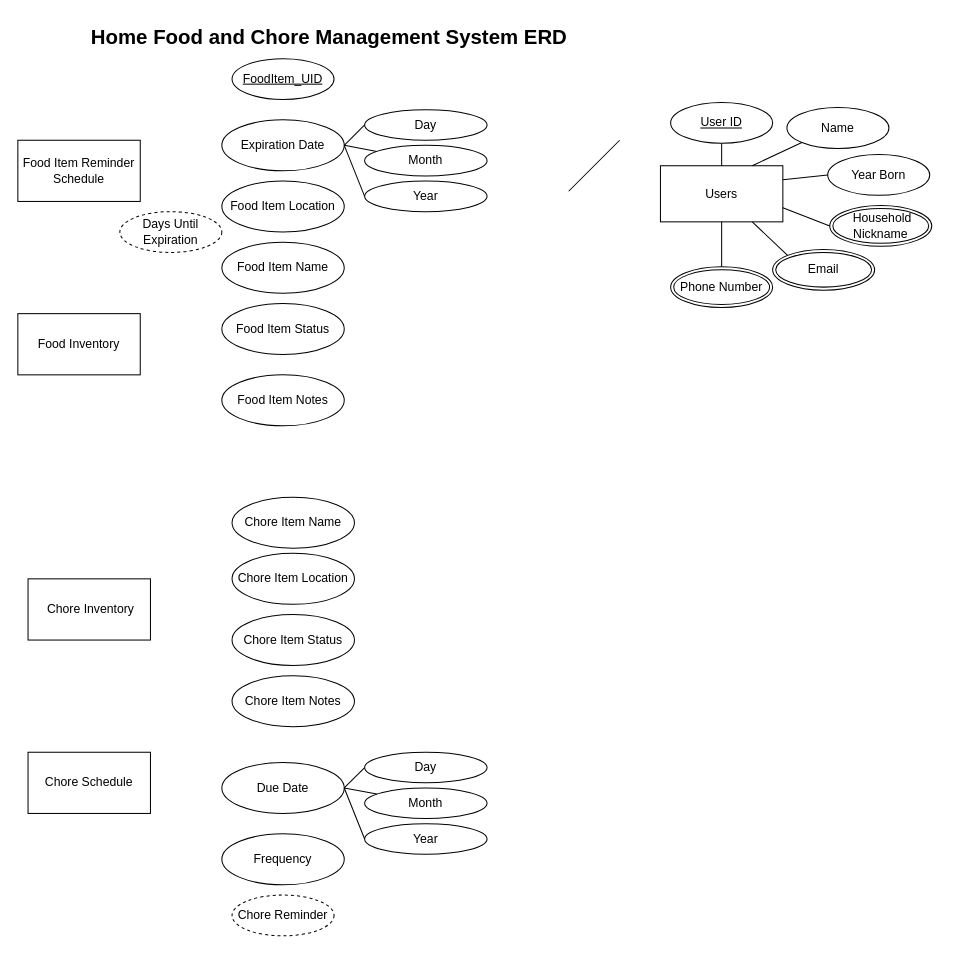
k-wtamu/CIDM6330 keeps this draw.io diagram as Assignment 2/Assignment2ERD.drawio. Above is the earlier version. Source tidied: cells renumbered, new cells numbered last; positions are measured from the earlier drawing's top-left corner, leaving out a move shared by most shapes. Both pictures are drawn from the tidied source at 102%, with x=0, y=0 at pixel (17, 17).
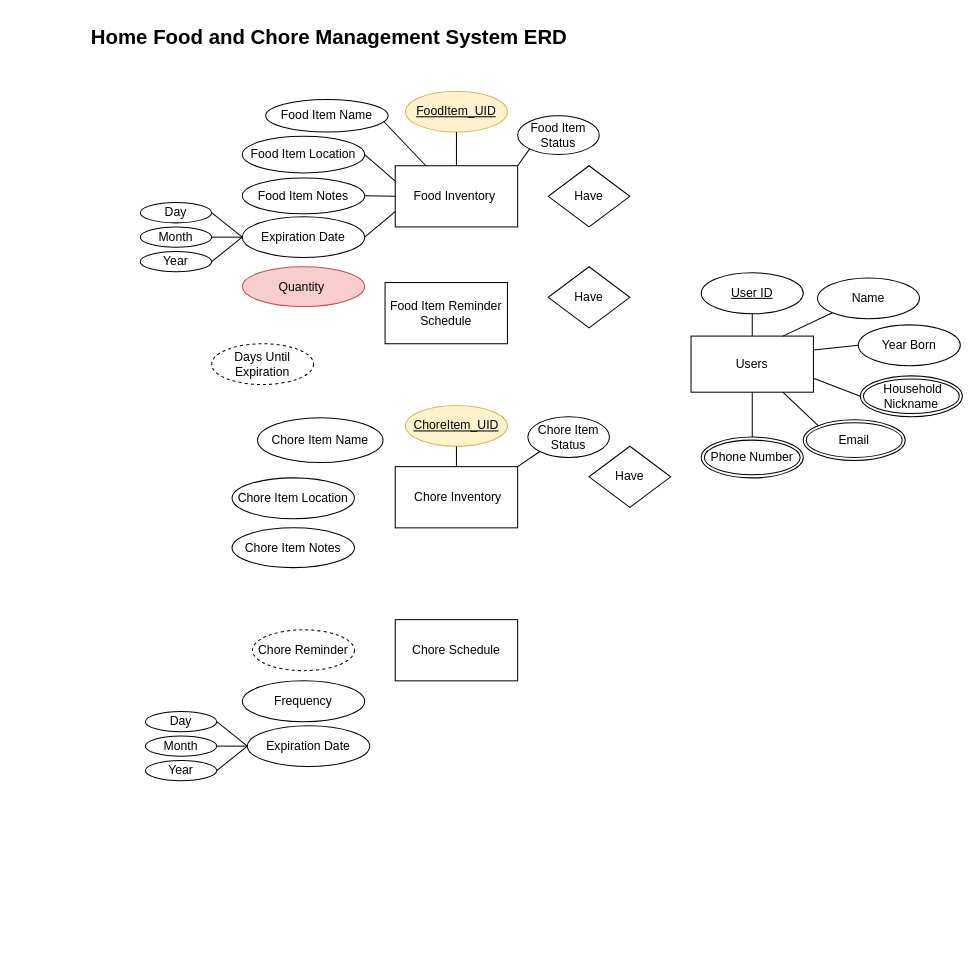
After the change.

Diff of the diagram source:
```diff
@@
-    <mxCell id="3" value="Food Inventory" style="rounded=0;whiteSpace=wrap;html=1;" parent="1" vertex="1">
-      <mxGeometry y="290" width="120" height="60" as="geometry" />
+    <mxCell id="3" value="Food Item Reminder Schedule" style="rounded=0;whiteSpace=wrap;html=1;" parent="1" vertex="1">
+      <mxGeometry x="360" y="259.5" width="120" height="60" as="geometry" />
     </mxCell>
     <mxCell id="4" value="&amp;nbsp;Chore Inventory" style="rounded=0;whiteSpace=wrap;html=1;" parent="1" vertex="1">
-      <mxGeometry x="10" y="550" width="120" height="60" as="geometry" />
+      <mxGeometry x="370" y="440" width="120" height="60" as="geometry" />
     </mxCell>
     <mxCell id="5" value="Expiration Date" style="ellipse;whiteSpace=wrap;html=1;" parent="1" vertex="1">
-      <mxGeometry x="200" y="100" width="120" height="50" as="geometry" />
+      <mxGeometry x="220" y="195" width="120" height="40" as="geometry" />
     </mxCell>
     <mxCell id="6" value="Day" style="ellipse;whiteSpace=wrap;html=1;" parent="1" vertex="1">
-      <mxGeometry x="340" y="90" width="120" height="30" as="geometry" />
+      <mxGeometry x="120" y="181" width="70" height="20" as="geometry" />
     </mxCell>
     <mxCell id="7" value="Month" style="ellipse;whiteSpace=wrap;html=1;" parent="1" vertex="1">
-      <mxGeometry x="340" y="125" width="120" height="30" as="geometry" />
+      <mxGeometry x="120" y="205" width="70" height="20" as="geometry" />
     </mxCell>
     <mxCell id="8" value="Year" style="ellipse;whiteSpace=wrap;html=1;" parent="1" vertex="1">
-      <mxGeometry x="340" y="160" width="120" height="30" as="geometry" />
+      <mxGeometry x="120" y="229" width="70" height="20" as="geometry" />
     </mxCell>
-    <mxCell id="9" style="endArrow=none;html=1;rounded=0;exitX=1;exitY=0.5;exitDx=0;exitDy=0;entryX=0;entryY=0.5;entryDx=0;entryDy=0;" parent="1" edge="1" source="5" target="6">
+    <mxCell id="9" style="endArrow=none;html=1;rounded=0;exitX=0;exitY=0.5;exitDx=0;exitDy=0;entryX=1;entryY=0.5;entryDx=0;entryDy=0;" parent="1" edge="1" source="5" target="6">
       <mxGeometry relative="1" as="geometry" />
     </mxCell>
-    <mxCell id="10" style="endArrow=none;html=1;rounded=0;exitX=1;exitY=0.5;exitDx=0;exitDy=0;entryX=0;entryY=0.5;entryDx=0;entryDy=0;" parent="1" edge="1" source="5" target="8">
+    <mxCell id="10" style="endArrow=none;html=1;rounded=0;exitX=0;exitY=0.5;exitDx=0;exitDy=0;entryX=1;entryY=0.5;entryDx=0;entryDy=0;" parent="1" edge="1" source="5" target="8">
       <mxGeometry relative="1" as="geometry" />
     </mxCell>
-    <mxCell id="11" style="endArrow=none;html=1;rounded=0;exitX=1;exitY=0.5;exitDx=0;exitDy=0;" parent="1" edge="1" source="5" target="7">
+    <mxCell id="11" style="endArrow=none;html=1;rounded=0;exitX=0;exitY=0.5;exitDx=0;exitDy=0;entryX=1;entryY=0.5;entryDx=0;entryDy=0;" parent="1" edge="1" source="5" target="7">
       <mxGeometry relative="1" as="geometry" />
     </mxCell>
     <mxCell id="12" value="Food Item Location" style="ellipse;whiteSpace=wrap;html=1;" parent="1" vertex="1">
-      <mxGeometry x="200" y="160" width="120" height="50" as="geometry" />
+      <mxGeometry x="220" y="116" width="120" height="36" as="geometry" />
     </mxCell>
     <mxCell id="13" value="Food Item Name" style="ellipse;whiteSpace=wrap;html=1;" parent="1" vertex="1">
-      <mxGeometry x="200" y="220" width="120" height="50" as="geometry" />
+      <mxGeometry x="243" y="80" width="120" height="32" as="geometry" />
     </mxCell>
-    <mxCell id="14" value="Food Item Reminder Schedule" style="rounded=0;whiteSpace=wrap;html=1;" parent="1" vertex="1">
-      <mxGeometry y="120" width="120" height="60" as="geometry" />
+    <mxCell id="14" value="Food Inventory&amp;nbsp;" style="rounded=0;whiteSpace=wrap;html=1;" parent="1" vertex="1">
+      <mxGeometry x="370" y="145" width="120" height="60" as="geometry" />
     </mxCell>
     <mxCell id="15" value="Food Item Status" style="ellipse;whiteSpace=wrap;html=1;" parent="1" vertex="1">
-      <mxGeometry x="200" y="280" width="120" height="50" as="geometry" />
+      <mxGeometry x="490" y="96" width="80" height="38" as="geometry" />
     </mxCell>
-    <mxCell id="16" value="Due Date" style="ellipse;whiteSpace=wrap;html=1;" parent="1" vertex="1">
-      <mxGeometry x="200" y="730" width="120" height="50" as="geometry" />
-    </mxCell>
-    <mxCell id="17" value="Day" style="ellipse;whiteSpace=wrap;html=1;" parent="1" vertex="1">
-      <mxGeometry x="340" y="720" width="120" height="30" as="geometry" />
-    </mxCell>
-    <mxCell id="18" value="Month" style="ellipse;whiteSpace=wrap;html=1;" parent="1" vertex="1">
-      <mxGeometry x="340" y="755" width="120" height="30" as="geometry" />
-    </mxCell>
-    <mxCell id="19" value="Year" style="ellipse;whiteSpace=wrap;html=1;" parent="1" vertex="1">
-      <mxGeometry x="340" y="790" width="120" height="30" as="geometry" />
-    </mxCell>
-    <mxCell id="20" style="endArrow=none;html=1;rounded=0;exitX=1;exitY=0.5;exitDx=0;exitDy=0;entryX=0;entryY=0.5;entryDx=0;entryDy=0;" parent="1" edge="1" source="16" target="17">
-      <mxGeometry relative="1" as="geometry" />
-    </mxCell>
-    <mxCell id="21" style="endArrow=none;html=1;rounded=0;exitX=1;exitY=0.5;exitDx=0;exitDy=0;entryX=0;entryY=0.5;entryDx=0;entryDy=0;" parent="1" edge="1" source="16" target="19">
-      <mxGeometry relative="1" as="geometry" />
-    </mxCell>
-    <mxCell id="22" style="endArrow=none;html=1;rounded=0;exitX=1;exitY=0.5;exitDx=0;exitDy=0;" parent="1" edge="1" source="16" target="18">
-      <mxGeometry relative="1" as="geometry" />
-    </mxCell>
     <mxCell id="23" value="Chore Item Location" style="ellipse;whiteSpace=wrap;html=1;" parent="1" vertex="1">
-      <mxGeometry x="210" y="525" width="120" height="50" as="geometry" />
+      <mxGeometry x="210" y="451" width="120" height="40" as="geometry" />
     </mxCell>
     <mxCell id="24" value="Chore Item Name" style="ellipse;whiteSpace=wrap;html=1;" parent="1" vertex="1">
-      <mxGeometry x="210" y="470" width="120" height="50" as="geometry" />
+      <mxGeometry x="235" y="392" width="123" height="44" as="geometry" />
     </mxCell>
     <mxCell id="25" value="Chore Item Status" style="ellipse;whiteSpace=wrap;html=1;" parent="1" vertex="1">
-      <mxGeometry x="210" y="585" width="120" height="50" as="geometry" />
+      <mxGeometry x="500" y="391" width="80" height="40" as="geometry" />
     </mxCell>
     <mxCell id="26" value="Chore Schedule" style="rounded=0;whiteSpace=wrap;html=1;" parent="1" vertex="1">
-      <mxGeometry x="10" y="720" width="120" height="60" as="geometry" />
+      <mxGeometry x="370" y="590" width="120" height="60" as="geometry" />
     </mxCell>
     <mxCell id="27" value="Frequency" style="ellipse;whiteSpace=wrap;html=1;" parent="1" vertex="1">
-      <mxGeometry x="200" y="800" width="120" height="50" as="geometry" />
+      <mxGeometry x="220" y="650" width="120" height="40" as="geometry" />
     </mxCell>
     <mxCell id="28" value="Chore Item Notes" style="ellipse;whiteSpace=wrap;html=1;" parent="1" vertex="1">
-      <mxGeometry x="210" y="645" width="120" height="50" as="geometry" />
+      <mxGeometry x="210" y="500" width="120" height="39" as="geometry" />
     </mxCell>
     <mxCell id="29" value="Food Item Notes" style="ellipse;whiteSpace=wrap;html=1;" parent="1" vertex="1">
-      <mxGeometry x="200" y="350" width="120" height="50" as="geometry" />
+      <mxGeometry x="220" y="157" width="120" height="35" as="geometry" />
     </mxCell>
-    <mxCell id="30" value="FoodItem_UID" style="ellipse;whiteSpace=wrap;html=1;align=center;fontStyle=4;" parent="1" vertex="1">
-      <mxGeometry x="210" y="40" width="100" height="40" as="geometry" />
+    <mxCell id="30" value="FoodItem_UID" style="ellipse;whiteSpace=wrap;html=1;align=center;fontStyle=4;fillColor=#fff2cc;strokeColor=#d6b656;" parent="1" vertex="1">
+      <mxGeometry x="380" y="72" width="100" height="40" as="geometry" />
     </mxCell>
     <mxCell id="31" value="Days Until Expiration" style="ellipse;whiteSpace=wrap;html=1;align=center;dashed=1;" parent="1" vertex="1">
-      <mxGeometry x="100" y="190" width="100" height="40" as="geometry" />
+      <mxGeometry x="190" y="319.5" width="100" height="40" as="geometry" />
     </mxCell>
     <mxCell id="32" value="Chore Reminder" style="ellipse;whiteSpace=wrap;html=1;align=center;dashed=1;" parent="1" vertex="1">
-      <mxGeometry x="210" y="860" width="100" height="40" as="geometry" />
+      <mxGeometry x="230" y="600" width="100" height="40" as="geometry" />
     </mxCell>
     <mxCell id="33" value="Users" style="rounded=0;whiteSpace=wrap;html=1;" parent="1" vertex="1">
-      <mxGeometry x="630" y="145" width="120" height="55" as="geometry" />
+      <mxGeometry x="660" y="312" width="120" height="55" as="geometry" />
     </mxCell>
     <mxCell id="34" value="Name" style="ellipse;whiteSpace=wrap;html=1;" parent="1" vertex="1">
-      <mxGeometry x="754" y="88" width="100" height="40" as="geometry" />
+      <mxGeometry x="784" y="255" width="100" height="40" as="geometry" />
     </mxCell>
     <mxCell id="35" value="Year Born" style="ellipse;whiteSpace=wrap;html=1;" parent="1" vertex="1">
-      <mxGeometry x="794" y="134" width="100" height="40" as="geometry" />
+      <mxGeometry x="824" y="301" width="100" height="40" as="geometry" />
     </mxCell>
     <mxCell id="36" value="Phone Number" style="ellipse;shape=doubleEllipse;margin=3;whiteSpace=wrap;html=1;align=center;" parent="1" vertex="1">
-      <mxGeometry x="640" y="244" width="100" height="40" as="geometry" />
+      <mxGeometry x="670" y="411" width="100" height="40" as="geometry" />
     </mxCell>
     <mxCell id="37" value="Email" style="ellipse;shape=doubleEllipse;margin=3;whiteSpace=wrap;html=1;align=center;" parent="1" vertex="1">
-      <mxGeometry x="740" y="227" width="100" height="40" as="geometry" />
+      <mxGeometry x="770" y="394" width="100" height="40" as="geometry" />
     </mxCell>
     <mxCell id="38" value="&amp;nbsp;Household Nickname" style="ellipse;shape=doubleEllipse;margin=3;whiteSpace=wrap;html=1;align=center;" parent="1" vertex="1">
-      <mxGeometry x="796" y="184" width="100" height="40" as="geometry" />
+      <mxGeometry x="826" y="351" width="100" height="40" as="geometry" />
     </mxCell>
     <mxCell id="39" value="&lt;u&gt;User ID&lt;/u&gt;" style="ellipse;whiteSpace=wrap;html=1;align=center;" parent="1" vertex="1">
-      <mxGeometry x="640" y="83" width="100" height="40" as="geometry" />
+      <mxGeometry x="670" y="250" width="100" height="40" as="geometry" />
     </mxCell>
@@
-    <mxCell id="41" style="endArrow=none;html=1;rounded=0;" parent="1" edge="1">
-      <mxGeometry relative="1" as="geometry">
-        <mxPoint x="540" y="170" as="sourcePoint" />
-        <mxPoint x="590" y="120" as="targetPoint" />
-      </mxGeometry>
-    </mxCell>
@@
+    <mxCell id="47" value="Have" style="shape=rhombus;perimeter=rhombusPerimeter;whiteSpace=wrap;html=1;align=center;" parent="1" vertex="1">
+      <mxGeometry x="520" y="145" width="80" height="60" as="geometry" />
+    </mxCell>
+    <mxCell id="48" value="Quantity&amp;nbsp;" style="ellipse;whiteSpace=wrap;html=1;fillColor=#f8cecc;strokeColor=#b85450;" parent="1" vertex="1">
+      <mxGeometry x="220" y="244" width="120" height="39" as="geometry" />
+    </mxCell>
+    <mxCell id="49" style="endArrow=none;html=1;rounded=0;entryX=0.963;entryY=0.668;entryDx=0;entryDy=0;entryPerimeter=0;exitX=0.25;exitY=0;exitDx=0;exitDy=0;" parent="1" edge="1" source="14" target="13">
+      <mxGeometry relative="1" as="geometry" />
+    </mxCell>
+    <mxCell id="50" style="endArrow=none;html=1;rounded=0;entryX=0.5;entryY=1;entryDx=0;entryDy=0;exitX=0.5;exitY=0;exitDx=0;exitDy=0;" parent="1" edge="1" source="14" target="30">
+      <mxGeometry relative="1" as="geometry" />
+    </mxCell>
+    <mxCell id="51" style="endArrow=none;html=1;rounded=0;entryX=1;entryY=0.5;entryDx=0;entryDy=0;exitX=0;exitY=0.75;exitDx=0;exitDy=0;" parent="1" edge="1" source="14" target="5">
+      <mxGeometry relative="1" as="geometry" />
+    </mxCell>
+    <mxCell id="52" style="endArrow=none;html=1;rounded=0;entryX=0;entryY=1;entryDx=0;entryDy=0;exitX=1;exitY=0;exitDx=0;exitDy=0;" parent="1" edge="1" source="14" target="15">
+      <mxGeometry relative="1" as="geometry" />
+    </mxCell>
+    <mxCell id="53" style="endArrow=none;html=1;rounded=0;exitX=1;exitY=0.5;exitDx=0;exitDy=0;entryX=0;entryY=0.5;entryDx=0;entryDy=0;" parent="1" edge="1" source="29" target="14">
+      <mxGeometry relative="1" as="geometry" />
+    </mxCell>
+    <mxCell id="54" style="endArrow=none;html=1;rounded=0;exitX=1;exitY=0.5;exitDx=0;exitDy=0;entryX=0;entryY=0.25;entryDx=0;entryDy=0;" parent="1" edge="1" source="12" target="14">
+      <mxGeometry relative="1" as="geometry" />
+    </mxCell>
+    <mxCell id="55" value="Have" style="shape=rhombus;perimeter=rhombusPerimeter;whiteSpace=wrap;html=1;align=center;" parent="1" vertex="1">
+      <mxGeometry x="520" y="244" width="80" height="60" as="geometry" />
+    </mxCell>
+    <mxCell id="56" value="Have" style="shape=rhombus;perimeter=rhombusPerimeter;whiteSpace=wrap;html=1;align=center;" parent="1" vertex="1">
+      <mxGeometry x="560" y="420" width="80" height="60" as="geometry" />
+    </mxCell>
+    <mxCell id="57" value="ChoreItem_UID" style="ellipse;whiteSpace=wrap;html=1;align=center;fontStyle=4;fillColor=#fff2cc;strokeColor=#d6b656;" parent="1" vertex="1">
+      <mxGeometry x="380" y="380" width="100" height="40" as="geometry" />
+    </mxCell>
+    <mxCell id="58" style="endArrow=none;html=1;rounded=0;entryX=0.5;entryY=1;entryDx=0;entryDy=0;" parent="1" edge="1" source="4" target="57">
+      <mxGeometry relative="1" as="geometry" />
+    </mxCell>
+    <mxCell id="59" style="endArrow=none;html=1;rounded=0;exitX=1;exitY=0;exitDx=0;exitDy=0;entryX=0;entryY=1;entryDx=0;entryDy=0;" parent="1" edge="1" source="4" target="25">
+      <mxGeometry relative="1" as="geometry" />
+    </mxCell>
+    <mxCell id="60" value="Expiration Date" style="ellipse;whiteSpace=wrap;html=1;" parent="1" vertex="1">
+      <mxGeometry x="225" y="694" width="120" height="40" as="geometry" />
+    </mxCell>
+    <mxCell id="17" value="Day" style="ellipse;whiteSpace=wrap;html=1;" parent="1" vertex="1">
+      <mxGeometry x="125" y="680" width="70" height="20" as="geometry" />
+    </mxCell>
+    <mxCell id="18" value="Month" style="ellipse;whiteSpace=wrap;html=1;" parent="1" vertex="1">
+      <mxGeometry x="125" y="704" width="70" height="20" as="geometry" />
+    </mxCell>
+    <mxCell id="19" value="Year" style="ellipse;whiteSpace=wrap;html=1;" parent="1" vertex="1">
+      <mxGeometry x="125" y="728" width="70" height="20" as="geometry" />
+    </mxCell>
+    <mxCell id="61" style="endArrow=none;html=1;rounded=0;exitX=0;exitY=0.5;exitDx=0;exitDy=0;entryX=1;entryY=0.5;entryDx=0;entryDy=0;" parent="1" edge="1" source="60" target="17">
+      <mxGeometry relative="1" as="geometry" />
+    </mxCell>
+    <mxCell id="62" style="endArrow=none;html=1;rounded=0;exitX=0;exitY=0.5;exitDx=0;exitDy=0;entryX=1;entryY=0.5;entryDx=0;entryDy=0;" parent="1" edge="1" source="60" target="19">
+      <mxGeometry relative="1" as="geometry" />
+    </mxCell>
+    <mxCell id="63" style="endArrow=none;html=1;rounded=0;exitX=0;exitY=0.5;exitDx=0;exitDy=0;entryX=1;entryY=0.5;entryDx=0;entryDy=0;" parent="1" edge="1" source="60" target="18">
+      <mxGeometry relative="1" as="geometry" />
+    </mxCell>
```
